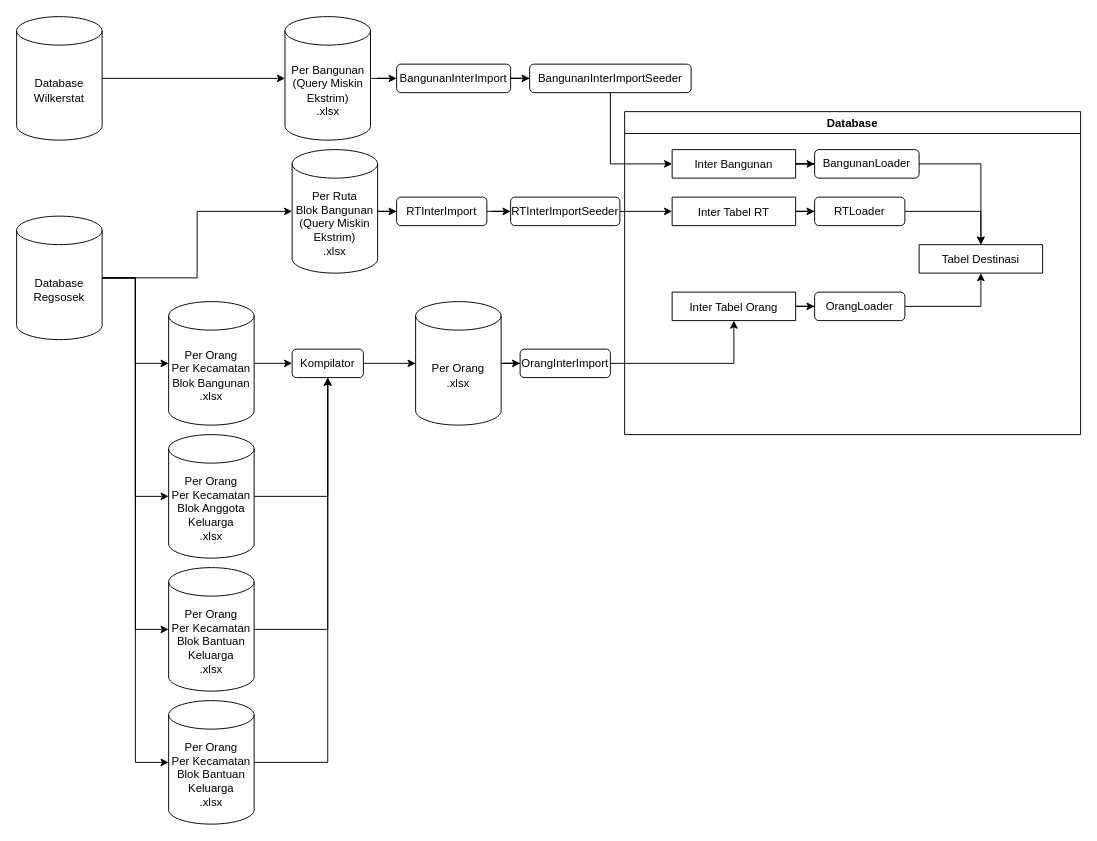
Earlier version of the draw.io diagram page "ETL" (2 of 2) of Arsitektur.drawio (ihkaru/pemetaan). Source tidied: cells renumbered, new cells numbered last; positions are measured from the earlier drawing's top-left corner, leaving out a move shared by most shapes. Both pictures are drawn from the tidied source at 95%, with x=0, y=0 at pixel (16, 16).
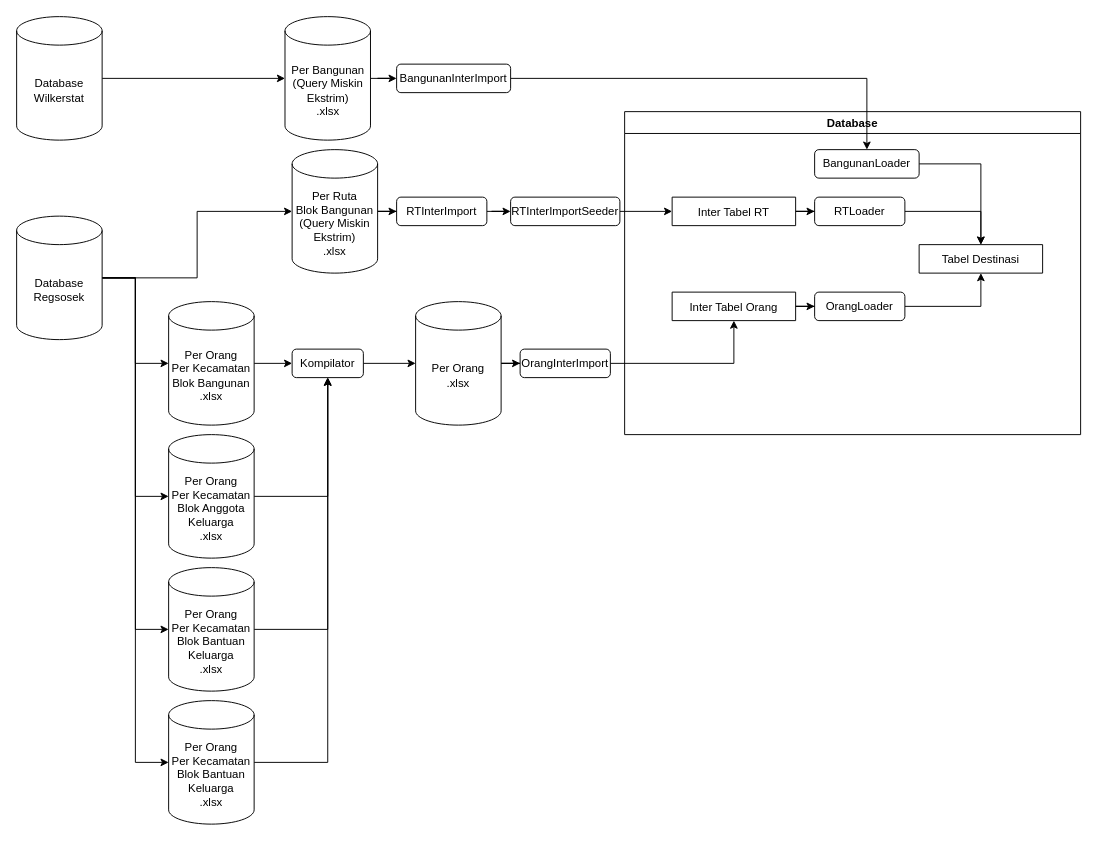
Above is the later version.

Commit message (it also covers changes not shown here):
add seeder bangunan

The change refers to these unchanged cells:
```xml
<mxCell id="26" value="Database" style="swimlane;" parent="1" vertex="1">
  <mxGeometry x="640" y="100" width="480" height="340" as="geometry" />
</mxCell>
<mxCell id="39" value="BangunanLoader" style="rounded=1;whiteSpace=wrap;html=1;" parent="26" vertex="1">
  <mxGeometry x="200" y="40" width="110" height="30" as="geometry" />
</mxCell>
<mxCell id="47" value="BangunanInterImport" style="rounded=1;whiteSpace=wrap;html=1;" parent="1" vertex="1">
  <mxGeometry x="400" y="50" width="120" height="30" as="geometry" />
</mxCell>
```

What changed in the source:
```diff
@@
-    <mxCell id="36" style="edgeStyle=orthogonalEdgeStyle;rounded=0;jettySize=auto;html=1;" parent="26" edge="1" source="37" target="39">
-      <mxGeometry relative="1" as="geometry" />
-    </mxCell>
-    <mxCell id="37" value="Inter Bangunan" style="swimlane;fontStyle=0;horizontal=1;startSize=30;" parent="26" vertex="1" collapsed="1">
-      <mxGeometry x="50" y="40" width="130" height="30" as="geometry" />
-    </mxCell>
@@
-    <mxCell id="46" style="edgeStyle=orthogonalEdgeStyle;rounded=0;jettySize=auto;html=1;" parent="1" edge="1" source="47" target="49">
-      <mxGeometry relative="1" as="geometry" />
-    </mxCell>
+    <mxCell id="50" style="edgeStyle=orthogonalEdgeStyle;rounded=0;jettySize=auto;html=1;entryX=0.5;entryY=0;entryDx=0;entryDy=0;" parent="1" edge="1" source="47" target="39">
+      <mxGeometry relative="1" as="geometry" />
+    </mxCell>
@@
-    <mxCell id="48" style="edgeStyle=orthogonalEdgeStyle;rounded=0;jettySize=auto;html=1;entryX=0;entryY=0.5;entryDx=0;entryDy=0;" parent="1" edge="1" source="49" target="37">
-      <mxGeometry relative="1" as="geometry" />
-    </mxCell>
-    <mxCell id="49" value="BangunanInterImportSeeder" style="rounded=1;whiteSpace=wrap;html=1;" parent="1" vertex="1">
-      <mxGeometry x="540" y="50" width="170" height="30" as="geometry" />
-    </mxCell>
```
